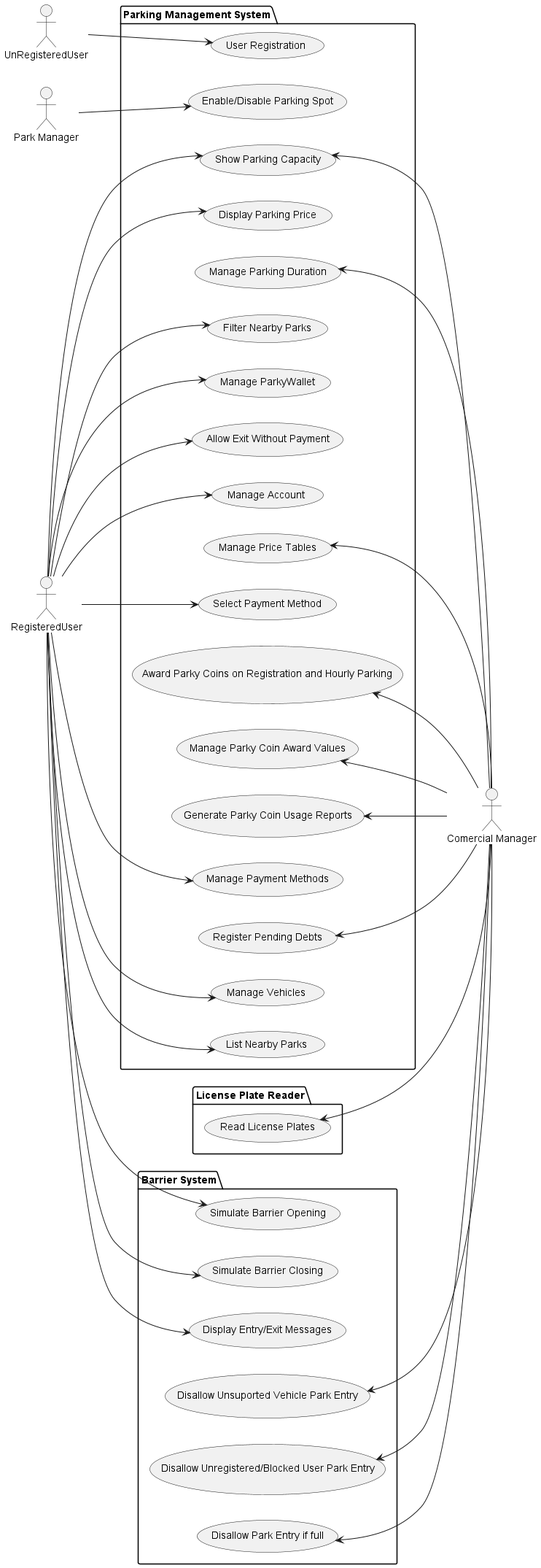
1181479/Park_Management_System_GraphQL keeps this PlantUML diagram as diagrams/usercase diagram.png. Above is the earlier version.
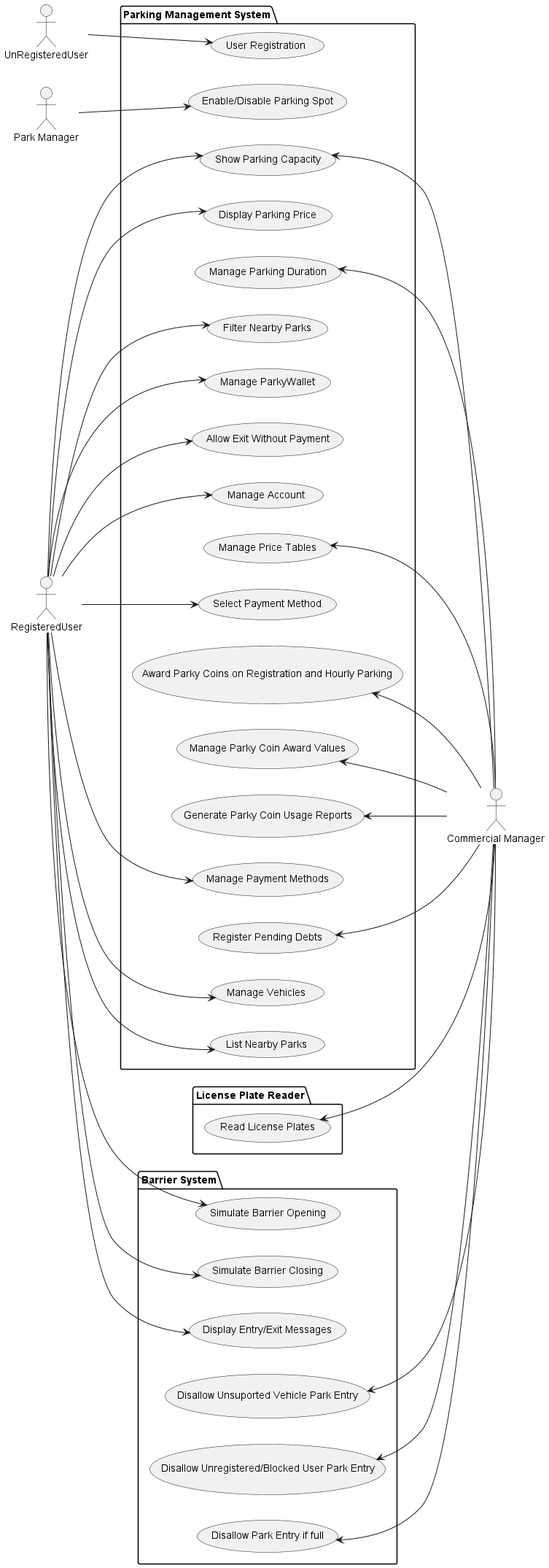
Later version of the same file.

Change to the diagram source:
```diff
@@ -2,7 +2,7 @@
 left to right direction
 actor "UnRegisteredUser" as unuser
 actor "RegisteredUser" as user
-actor "Comercial Manager" as manager
+actor "Commercial Manager" as manager
 actor "Park Manager" as park
 
 package "Parking Management System" {
```
